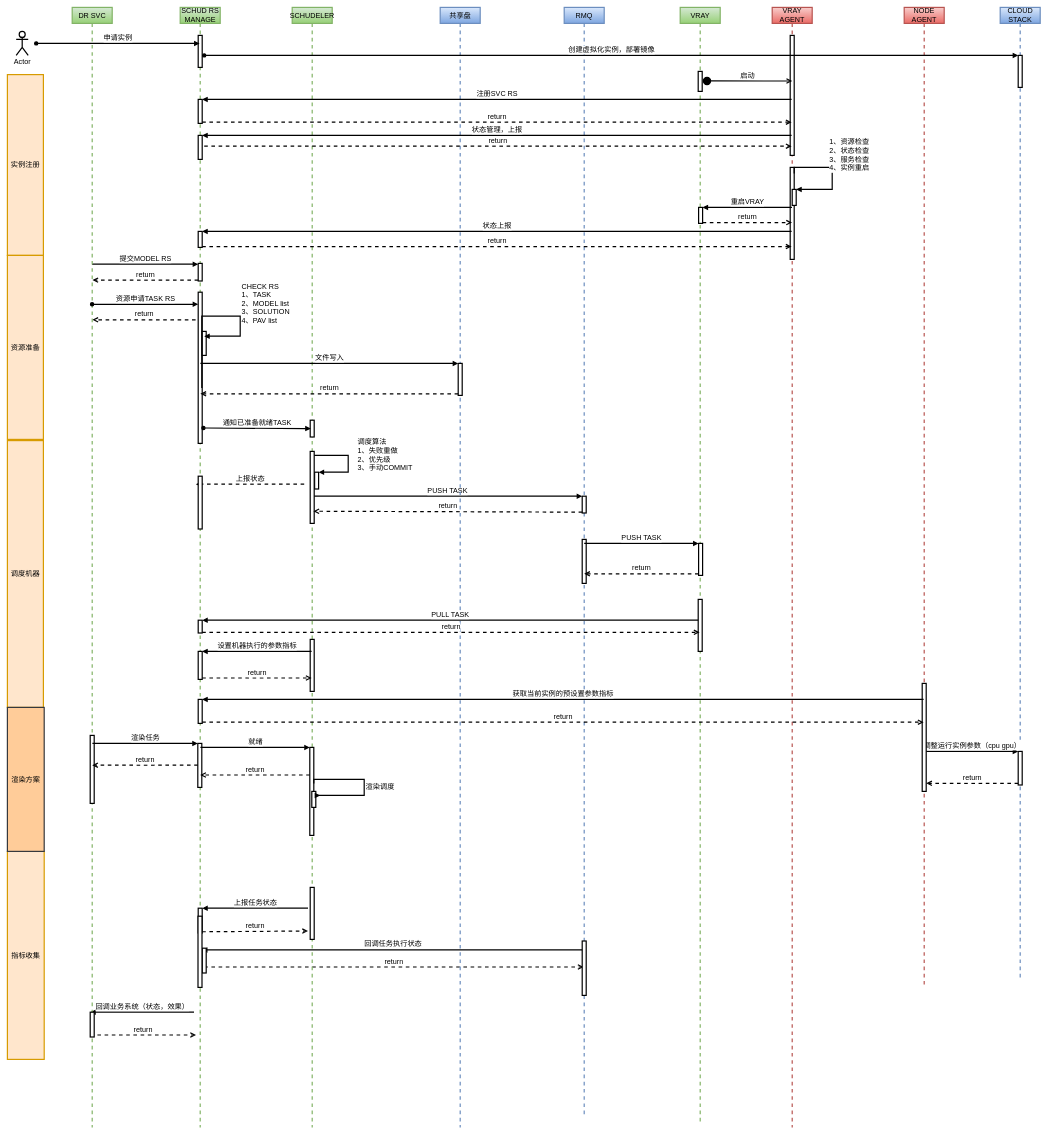
This is 平台2.0/云渲染调度时序图.drawio from Msimplehub/abbysun, a draw.io file, before an edit. Source tidied: cells renumbered, new cells numbered last; positions are measured from the earlier drawing's top-left corner, leaving out a move shared by most shapes. Both pictures are drawn from the tidied source at 40%, with x=0, y=0 at pixel (7, 7).
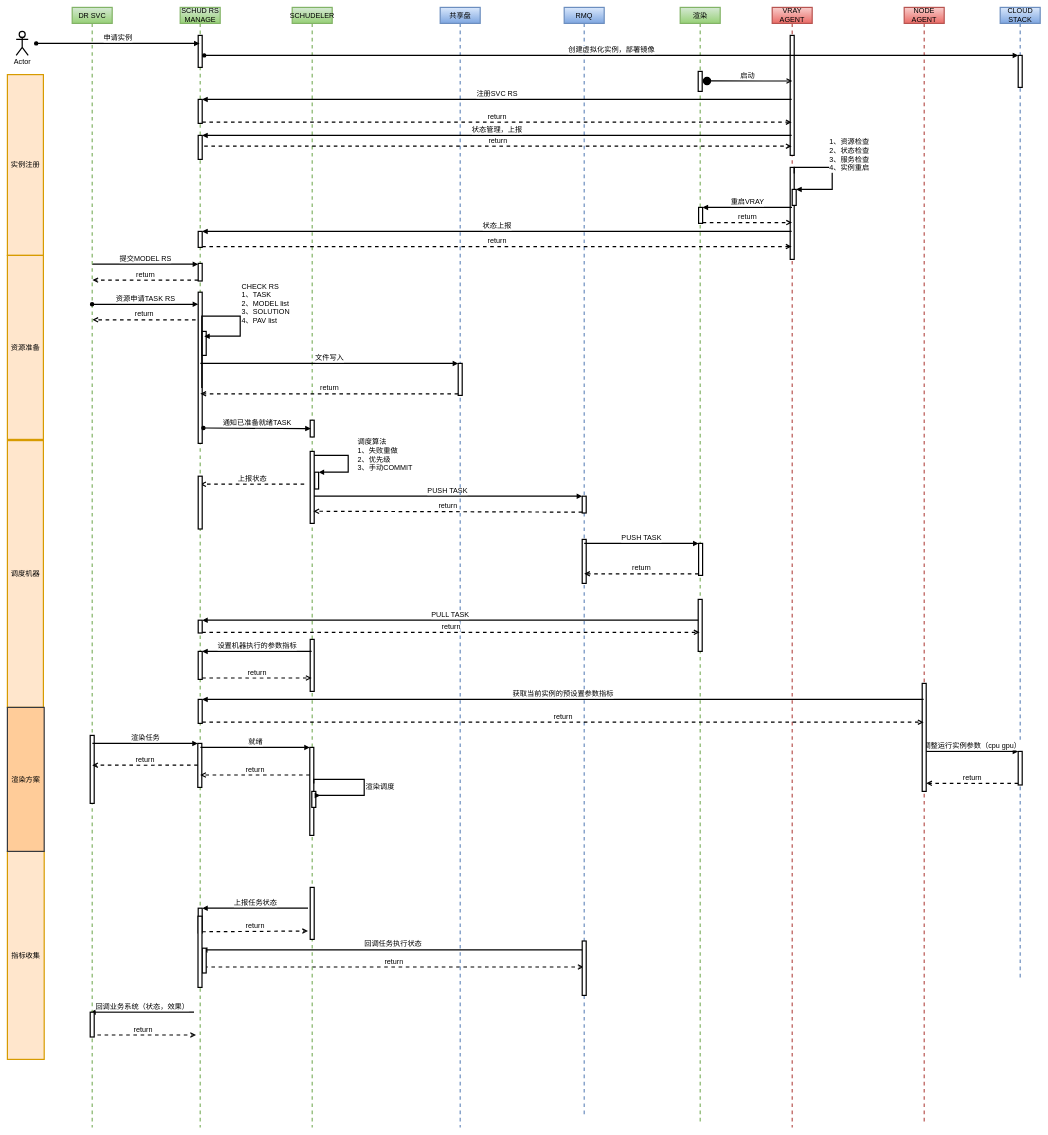
The same diagram, later.

Commit message:
Update 云渲染调度时序图.drawio

Unchanged cells that the change refers to:
```xml
<mxCell id="17" value="VRAY AGENT" style="shape=umlLifeline;perimeter=lifelinePerimeter;whiteSpace=wrap;html=1;fillColor=#f8cecc;strokeWidth=3;fontSize=18;strokeColor=#b85450;gradientColor=#ea6b66;" parent="1" vertex="1">
  <mxGeometry x="1912" width="100" height="2800" as="geometry" />
</mxCell>
<mxCell id="33" style="html=1;points=[];perimeter=orthogonalPerimeter;strokeWidth=3;fontSize=18;" parent="25" vertex="1">
  <mxGeometry x="45" y="1172" width="10" height="132" as="geometry" />
</mxCell>
```

What changed in the source:
```diff
@@
-    <mxCell id="14" value="上报状态" style="html=1;verticalAlign=bottom;endArrow=open;dashed=1;endSize=8;rounded=0;strokeWidth=3;fontSize=18;" parent="1" edge="1">
+    <mxCell id="14" value="上报状态" style="html=1;verticalAlign=bottom;endArrow=open;dashed=1;endSize=8;rounded=0;strokeWidth=3;fontSize=18;entryX=0.5;entryY=0.152;entryDx=0;entryDy=0;entryPerimeter=0;" parent="1" edge="1" target="33">
       <mxGeometry relative="1" as="geometry">
         <mxPoint x="742" y="1192" as="sourcePoint" />
-        <mxPoint x="471.1" y="1192" as="targetPoint" />
       </mxGeometry>
     </mxCell>
@@
-    <mxCell id="58" value="VRAY" style="shape=umlLifeline;perimeter=lifelinePerimeter;whiteSpace=wrap;html=1;outlineConnect=0;fillColor=#d5e8d4;strokeWidth=3;fontSize=18;strokeColor=#82b366;gradientColor=#97d077;" parent="17" vertex="1">
+    <mxCell id="58" value="渲染" style="shape=umlLifeline;perimeter=lifelinePerimeter;whiteSpace=wrap;html=1;outlineConnect=0;fillColor=#d5e8d4;strokeWidth=3;fontSize=18;strokeColor=#82b366;gradientColor=#97d077;" parent="17" vertex="1">
       <mxGeometry x="-230" width="100" height="2790" as="geometry" />
     </mxCell>
@@
     <mxCell id="88" value="NODE AGENT" style="shape=umlLifeline;perimeter=lifelinePerimeter;whiteSpace=wrap;html=1;outlineConnect=0;fontSize=18;strokeWidth=3;fillColor=#f8cecc;strokeColor=#b85450;gradientColor=#ea6b66;" parent="1" vertex="1">
-      <mxGeometry x="2242" width="100" height="2450" as="geometry" />
+      <mxGeometry x="2242" width="100" height="2790" as="geometry" />
     </mxCell>
```
